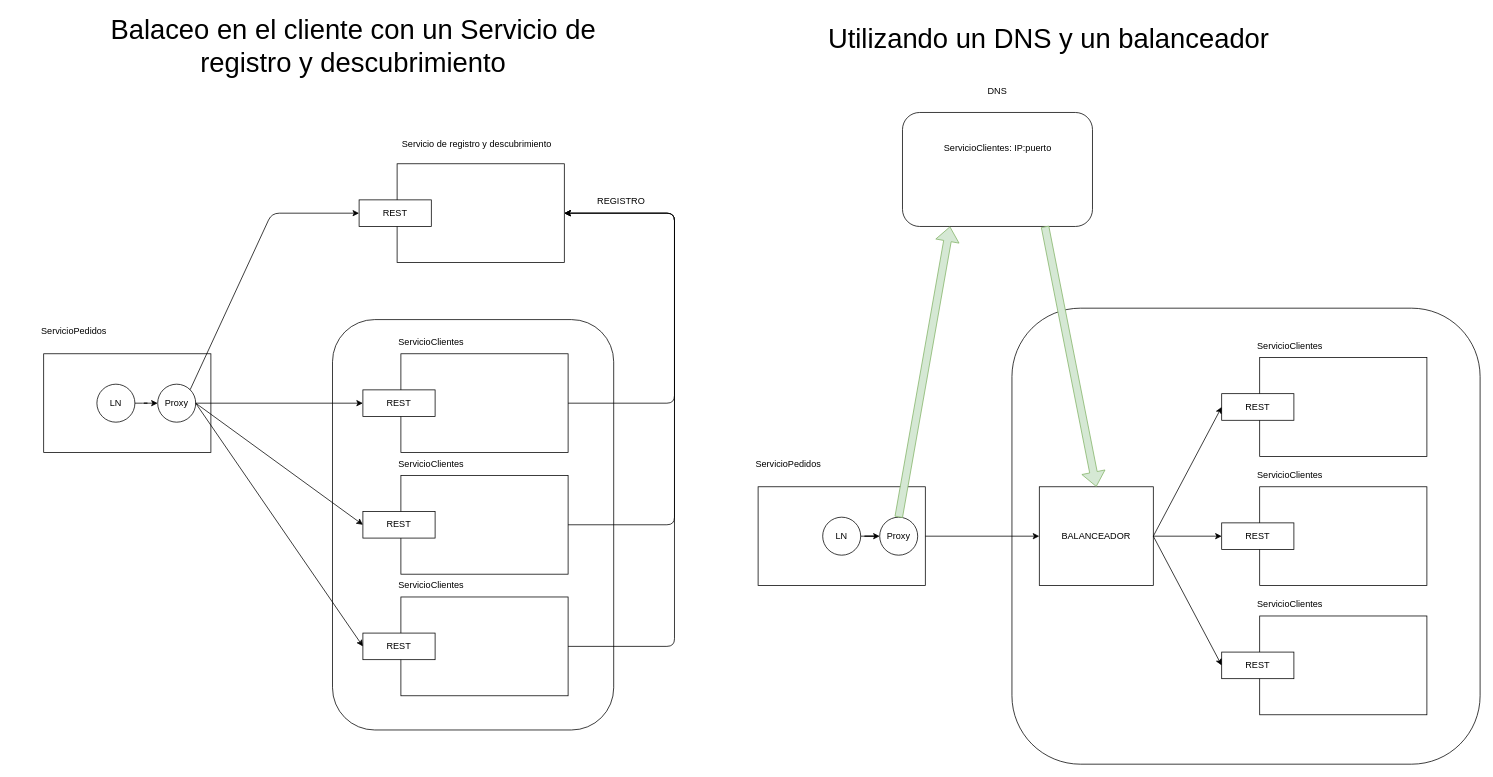
This is page "Página-13" (13 of 34) of patrones_2022_5.drawio from lrag/Patrones, a draw.io file, before an edit. Source tidied: cells renumbered, new cells numbered last; positions are measured from the earlier drawing's top-left corner, leaving out a move shared by most shapes. Both pictures are drawn from the tidied source at 76%, with x=0, y=0 at pixel (43, 27).
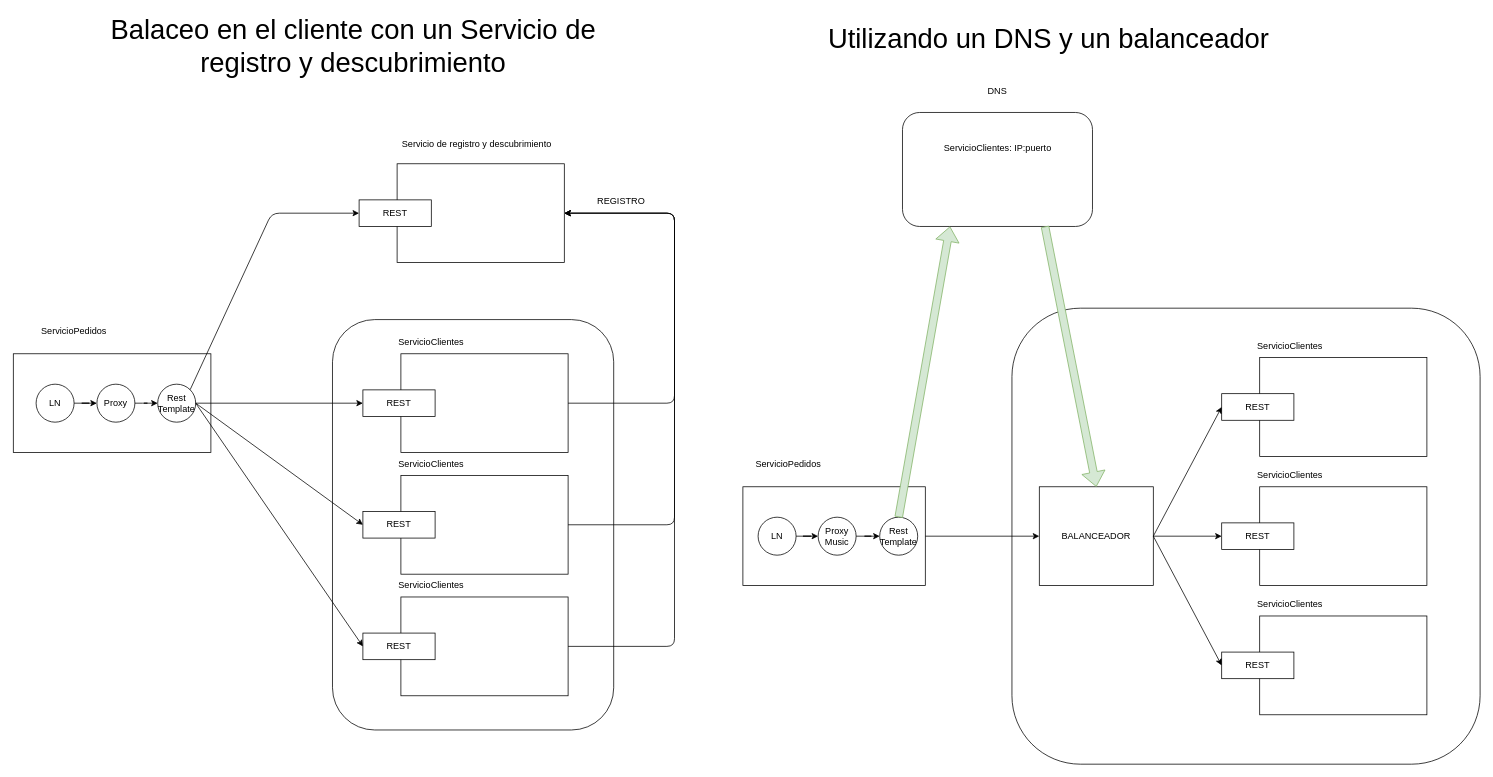
The same diagram, later.

Unchanged cells that the change refers to:
```xml
<mxCell id="6" value="REST" style="rounded=0;whiteSpace=wrap;html=1;fontSize=12;fillColor=default;" parent="1" vertex="1">
  <mxGeometry x="420" y="477.5" width="95" height="35" as="geometry" />
</mxCell>
<mxCell id="8" value="REST" style="rounded=0;whiteSpace=wrap;html=1;fontSize=12;fillColor=default;" parent="1" vertex="1">
  <mxGeometry x="420" y="637.5" width="95" height="35" as="geometry" />
</mxCell>
<mxCell id="10" value="REST" style="rounded=0;whiteSpace=wrap;html=1;fontSize=12;fillColor=default;" parent="1" vertex="1">
  <mxGeometry x="420" y="797.5" width="95" height="35" as="geometry" />
</mxCell>
<mxCell id="13" value="REST" style="rounded=0;whiteSpace=wrap;html=1;fontSize=12;fillColor=default;" parent="1" vertex="1">
  <mxGeometry x="415" y="227.5" width="95" height="35" as="geometry" />
</mxCell>
<mxCell id="30" style="rounded=1;whiteSpace=wrap;html=1;fontSize=12;fillColor=none;" parent="1" vertex="1">
  <mxGeometry x="1130" y="112.5" width="250" height="150" as="geometry" />
</mxCell>
<mxCell id="38" value="BALANCEADOR" style="rounded=0;whiteSpace=wrap;html=1;fontSize=12;fillColor=default;" parent="1" vertex="1">
  <mxGeometry x="1310" y="605" width="150" height="130" as="geometry" />
</mxCell>
```

Diff of the diagram source:
```diff
@@
-    <mxCell id="4" style="rounded=0;whiteSpace=wrap;html=1;fontSize=12;fillColor=default;" parent="1" vertex="1">
-      <mxGeometry y="430" width="220" height="130" as="geometry" />
-    </mxCell>
+    <mxCell id="56" style="rounded=0;whiteSpace=wrap;html=1;fontSize=12;fillColor=default;" parent="1" vertex="1">
+      <mxGeometry x="-40" y="430" width="260" height="130" as="geometry" />
+    </mxCell>
@@
-    <mxCell id="11" value="Proxy" style="ellipse;whiteSpace=wrap;html=1;fontSize=12;fillColor=none;" parent="1" vertex="1">
-      <mxGeometry x="150" y="470" width="50" height="50" as="geometry" />
-    </mxCell>
+    <mxCell id="57" value="Rest&lt;br&gt;Template" style="ellipse;whiteSpace=wrap;html=1;fontSize=12;fillColor=none;" parent="1" vertex="1">
+      <mxGeometry x="150" y="470" width="50" height="50" as="geometry" />
+    </mxCell>
@@
-    <mxCell id="14" style="endArrow=classic;html=1;rounded=1;fontSize=12;strokeWidth=1;exitX=1;exitY=0;exitDx=0;exitDy=0;entryX=0;entryY=0.5;entryDx=0;entryDy=0;" parent="1" edge="1" source="11" target="13">
-      <mxGeometry relative="1" as="geometry">
-        <Array as="points">
-          <mxPoint x="300" y="245" />
-        </Array>
-      </mxGeometry>
-    </mxCell>
-    <mxCell id="15" style="endArrow=classic;html=1;rounded=1;fontSize=12;strokeWidth=1;exitX=1;exitY=0.5;exitDx=0;exitDy=0;" parent="1" edge="1" source="11" target="6">
-      <mxGeometry relative="1" as="geometry" />
-    </mxCell>
-    <mxCell id="16" style="endArrow=classic;html=1;rounded=1;fontSize=12;strokeWidth=1;exitX=1;exitY=0.5;exitDx=0;exitDy=0;entryX=0;entryY=0.5;entryDx=0;entryDy=0;" parent="1" edge="1" source="11" target="8">
-      <mxGeometry relative="1" as="geometry" />
-    </mxCell>
-    <mxCell id="17" style="endArrow=classic;html=1;rounded=1;fontSize=12;strokeWidth=1;exitX=1;exitY=0.5;exitDx=0;exitDy=0;entryX=0;entryY=0.5;entryDx=0;entryDy=0;" parent="1" edge="1" source="11" target="10">
-      <mxGeometry relative="1" as="geometry" />
-    </mxCell>
+    <mxCell id="58" style="endArrow=classic;html=1;rounded=1;fontSize=12;strokeWidth=1;exitX=1;exitY=0;exitDx=0;exitDy=0;entryX=0;entryY=0.5;entryDx=0;entryDy=0;" parent="1" edge="1" source="57" target="13">
+      <mxGeometry relative="1" as="geometry">
+        <Array as="points">
+          <mxPoint x="300" y="245" />
+        </Array>
+      </mxGeometry>
+    </mxCell>
+    <mxCell id="59" style="endArrow=classic;html=1;rounded=1;fontSize=12;strokeWidth=1;exitX=1;exitY=0.5;exitDx=0;exitDy=0;" parent="1" edge="1" source="57" target="6">
+      <mxGeometry relative="1" as="geometry" />
+    </mxCell>
+    <mxCell id="60" style="endArrow=classic;html=1;rounded=1;fontSize=12;strokeWidth=1;exitX=1;exitY=0.5;exitDx=0;exitDy=0;entryX=0;entryY=0.5;entryDx=0;entryDy=0;" parent="1" edge="1" source="57" target="8">
+      <mxGeometry relative="1" as="geometry" />
+    </mxCell>
+    <mxCell id="61" style="endArrow=classic;html=1;rounded=1;fontSize=12;strokeWidth=1;exitX=1;exitY=0.5;exitDx=0;exitDy=0;entryX=0;entryY=0.5;entryDx=0;entryDy=0;" parent="1" edge="1" source="57" target="10">
+      <mxGeometry relative="1" as="geometry" />
+    </mxCell>
@@
-    <mxCell id="23" style="edgeStyle=orthogonalEdgeStyle;rounded=1;jettySize=auto;html=1;exitX=1;exitY=0.5;exitDx=0;exitDy=0;fontSize=12;strokeWidth=1;" parent="1" edge="1" source="27" target="38">
-      <mxGeometry relative="1" as="geometry" />
-    </mxCell>
-    <mxCell id="24" style="rounded=0;whiteSpace=wrap;html=1;fontSize=12;fillColor=default;" parent="1" vertex="1">
-      <mxGeometry x="940" y="605" width="220" height="130" as="geometry" />
-    </mxCell>
+    <mxCell id="62" style="edgeStyle=orthogonalEdgeStyle;rounded=1;jettySize=auto;html=1;exitX=1;exitY=0.5;exitDx=0;exitDy=0;fontSize=12;strokeWidth=1;" parent="1" edge="1" source="64" target="38">
+      <mxGeometry relative="1" as="geometry" />
+    </mxCell>
+    <mxCell id="63" style="rounded=0;whiteSpace=wrap;html=1;fontSize=12;fillColor=default;" parent="1" vertex="1">
+      <mxGeometry x="920" y="605" width="240" height="130" as="geometry" />
+    </mxCell>
@@
-    <mxCell id="27" value="Proxy" style="ellipse;whiteSpace=wrap;html=1;fontSize=12;fillColor=none;" parent="1" vertex="1">
-      <mxGeometry x="1100" y="645" width="50" height="50" as="geometry" />
-    </mxCell>
+    <mxCell id="64" value="Rest&lt;br&gt;Template" style="ellipse;whiteSpace=wrap;html=1;fontSize=12;fillColor=none;" parent="1" vertex="1">
+      <mxGeometry x="1100" y="645" width="50" height="50" as="geometry" />
+    </mxCell>
@@
-    <mxCell id="43" style="shape=flexArrow;endArrow=classic;html=1;rounded=1;fontSize=12;strokeWidth=1;entryX=0.25;entryY=1;entryDx=0;entryDy=0;exitX=0.5;exitY=0;exitDx=0;exitDy=0;fillColor=#d5e8d4;strokeColor=#82b366;" parent="1" edge="1" source="27" target="30">
-      <mxGeometry relative="1" as="geometry" />
-    </mxCell>
+    <mxCell id="65" style="shape=flexArrow;endArrow=classic;html=1;rounded=1;fontSize=12;strokeWidth=1;entryX=0.25;entryY=1;entryDx=0;entryDy=0;exitX=0.5;exitY=0;exitDx=0;exitDy=0;fillColor=#d5e8d4;strokeColor=#82b366;" parent="1" edge="1" source="64" target="30">
+      <mxGeometry relative="1" as="geometry" />
+    </mxCell>
@@
-    <mxCell id="48" style="edgeStyle=orthogonalEdgeStyle;rounded=0;jettySize=auto;html=1;fontSize=24;fontColor=#000000;" parent="1" edge="1" source="49" target="27">
-      <mxGeometry relative="1" as="geometry" />
-    </mxCell>
-    <mxCell id="49" value="LN" style="ellipse;whiteSpace=wrap;html=1;fontSize=12;fillColor=none;" parent="1" vertex="1">
-      <mxGeometry x="1025" y="645" width="50" height="50" as="geometry" />
-    </mxCell>
+    <mxCell id="66" style="edgeStyle=orthogonalEdgeStyle;rounded=0;jettySize=auto;html=1;fontSize=24;fontColor=#000000;" parent="1" edge="1" source="67" target="64">
+      <mxGeometry relative="1" as="geometry" />
+    </mxCell>
+    <mxCell id="67" value="Proxy&lt;br&gt;Music" style="ellipse;whiteSpace=wrap;html=1;fontSize=12;fillColor=none;" parent="1" vertex="1">
+      <mxGeometry x="1019" y="645" width="50" height="50" as="geometry" />
+    </mxCell>
@@
-    <mxCell id="54" style="edgeStyle=orthogonalEdgeStyle;rounded=1;jettySize=auto;html=1;entryX=0;entryY=0.5;entryDx=0;entryDy=0;fontSize=12;fontColor=#000000;" parent="1" edge="1" source="55" target="11">
-      <mxGeometry relative="1" as="geometry" />
-    </mxCell>
-    <mxCell id="55" value="LN" style="ellipse;whiteSpace=wrap;html=1;fontSize=12;fillColor=none;" parent="1" vertex="1">
-      <mxGeometry x="70" y="470" width="50" height="50" as="geometry" />
-    </mxCell>
+    <mxCell id="68" style="edgeStyle=orthogonalEdgeStyle;rounded=1;jettySize=auto;html=1;entryX=0;entryY=0.5;entryDx=0;entryDy=0;fontSize=12;fontColor=#000000;" parent="1" edge="1" source="69" target="57">
+      <mxGeometry relative="1" as="geometry" />
+    </mxCell>
+    <mxCell id="69" value="Proxy" style="ellipse;whiteSpace=wrap;html=1;fontSize=12;fillColor=none;" parent="1" vertex="1">
+      <mxGeometry x="70" y="470" width="50" height="50" as="geometry" />
+    </mxCell>
+    <mxCell id="70" style="edgeStyle=orthogonalEdgeStyle;rounded=0;jettySize=auto;html=1;" parent="1" edge="1" source="71" target="69">
+      <mxGeometry relative="1" as="geometry" />
+    </mxCell>
+    <mxCell id="71" value="LN" style="ellipse;whiteSpace=wrap;html=1;fontSize=12;fillColor=none;" parent="1" vertex="1">
+      <mxGeometry x="-10" y="470" width="50" height="50" as="geometry" />
+    </mxCell>
+    <mxCell id="72" style="edgeStyle=orthogonalEdgeStyle;rounded=0;jettySize=auto;html=1;" parent="1" edge="1" source="73" target="67">
+      <mxGeometry relative="1" as="geometry" />
+    </mxCell>
+    <mxCell id="73" value="LN" style="ellipse;whiteSpace=wrap;html=1;fontSize=12;fillColor=none;" parent="1" vertex="1">
+      <mxGeometry x="940" y="645" width="50" height="50" as="geometry" />
+    </mxCell>
```
